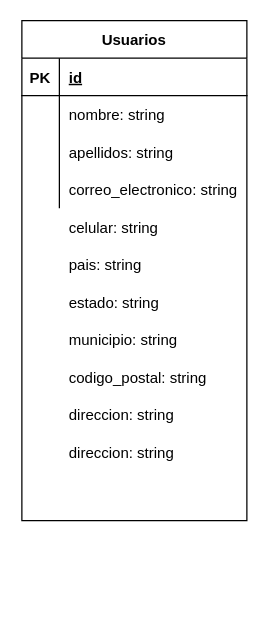
Earlier version of the draw.io diagram base de datos.drawio (joseluispalillero/lollipopfactory). Source tidied: cells renumbered, new cells numbered last; positions are measured from the earlier drawing's top-left corner, leaving out a move shared by most shapes. Both pictures are drawn from the tidied source at 125%, with x=0, y=0 at pixel (21, 20).
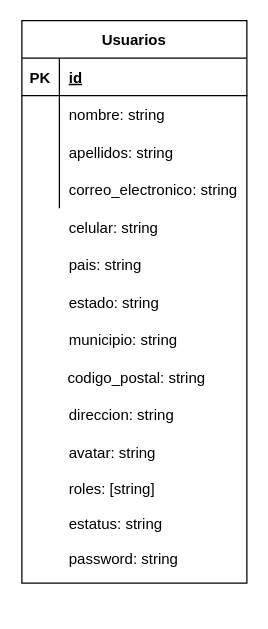
The same page after the edit.

Unchanged cells that the change refers to:
```xml
<mxCell id="33" style="shape=partialRectangle;fillColor=none;top=0;left=0;bottom=0;right=0;" parent="1" vertex="1">
  <mxGeometry y="330" width="180" height="30" as="geometry" />
</mxCell>
```

The edit, as a diff of the source:
```diff
@@
     <mxCell id="2" value="Usuarios" style="shape=table;startSize=30;childLayout=tableLayout;rowLines=0;fontStyle=1;align=center;" parent="1" vertex="1">
-      <mxGeometry width="180" height="400" as="geometry" />
+      <mxGeometry width="180" height="450" as="geometry" />
     </mxCell>
@@
     <mxCell id="27" style="shape=partialRectangle;fillColor=none;top=0;left=0;bottom=0;right=0;" parent="1" vertex="1">
-      <mxGeometry y="270" width="180" height="30" as="geometry" />
+      <mxGeometry x="-1" y="270" width="180" height="30" as="geometry" />
     </mxCell>
@@
-    <mxCell id="35" value="direccion: string" style="shape=partialRectangle;fillColor=none;top=0;left=0;bottom=0;right=0;align=left;spacingLeft=6;overflow=hidden;" parent="33" vertex="1">
+    <mxCell id="35" value="avatar: string" style="shape=partialRectangle;fillColor=none;top=0;left=0;bottom=0;right=0;align=left;spacingLeft=6;overflow=hidden;" parent="33" vertex="1">
       <mxGeometry x="30" width="150" height="30" as="geometry" />
     </mxCell>
+    <mxCell id="36" style="shape=partialRectangle;fillColor=none;top=0;left=0;bottom=0;right=0;" parent="1" vertex="1">
+      <mxGeometry y="359" width="180" height="30" as="geometry" />
+    </mxCell>
+    <mxCell id="37" style="shape=partialRectangle;fillColor=none;top=0;left=0;bottom=0;right=0;overflow=hidden;" parent="36" vertex="1">
+      <mxGeometry width="30" height="30" as="geometry" />
+    </mxCell>
+    <mxCell id="38" value="roles: [string]" style="shape=partialRectangle;fillColor=none;top=0;left=0;bottom=0;right=0;align=left;spacingLeft=6;overflow=hidden;" parent="36" vertex="1">
+      <mxGeometry x="30" width="150" height="30" as="geometry" />
+    </mxCell>
+    <mxCell id="39" style="shape=partialRectangle;fillColor=none;top=0;left=0;bottom=0;right=0;" parent="1" vertex="1">
+      <mxGeometry y="387" width="180" height="30" as="geometry" />
+    </mxCell>
+    <mxCell id="40" style="shape=partialRectangle;fillColor=none;top=0;left=0;bottom=0;right=0;overflow=hidden;" parent="39" vertex="1">
+      <mxGeometry width="30" height="30" as="geometry" />
+    </mxCell>
+    <mxCell id="41" value="estatus: string" style="shape=partialRectangle;fillColor=none;top=0;left=0;bottom=0;right=0;align=left;spacingLeft=6;overflow=hidden;" parent="39" vertex="1">
+      <mxGeometry x="30" width="150" height="30" as="geometry" />
+    </mxCell>
+    <mxCell id="42" style="shape=partialRectangle;fillColor=none;top=0;left=0;bottom=0;right=0;" parent="1" vertex="1">
+      <mxGeometry y="415" width="180" height="30" as="geometry" />
+    </mxCell>
+    <mxCell id="43" style="shape=partialRectangle;fillColor=none;top=0;left=0;bottom=0;right=0;overflow=hidden;" parent="42" vertex="1">
+      <mxGeometry width="30" height="30" as="geometry" />
+    </mxCell>
+    <mxCell id="44" value="password: string" style="shape=partialRectangle;fillColor=none;top=0;left=0;bottom=0;right=0;align=left;spacingLeft=6;overflow=hidden;" parent="42" vertex="1">
+      <mxGeometry x="30" width="150" height="30" as="geometry" />
+    </mxCell>
+    <mxCell id="45" style="shape=partialRectangle;fillColor=none;top=0;left=0;bottom=0;right=0;" parent="1" vertex="1">
+      <mxGeometry y="440" width="180" height="30" as="geometry" />
+    </mxCell>
+    <mxCell id="46" style="shape=partialRectangle;fillColor=none;top=0;left=0;bottom=0;right=0;overflow=hidden;" parent="45" vertex="1">
+      <mxGeometry width="30" height="30" as="geometry" />
+    </mxCell>
```
